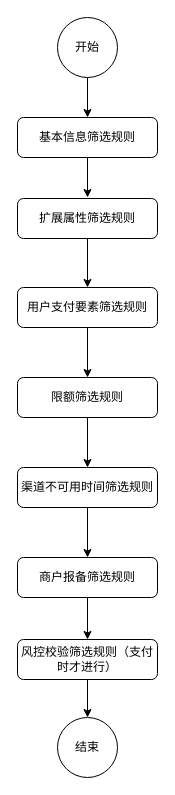
CatFei666/drawio_gallery keeps this draw.io diagram as page "筛选流程" (9 of 10) of 渠道时序图v2.drawio. Above is the earlier version. Source tidied: cells renumbered, new cells numbered last; positions are measured from the earlier drawing's top-left corner, leaving out a move shared by most shapes. Both pictures are drawn from the tidied source at 100%, with x=0, y=0 at pixel (17, 17).
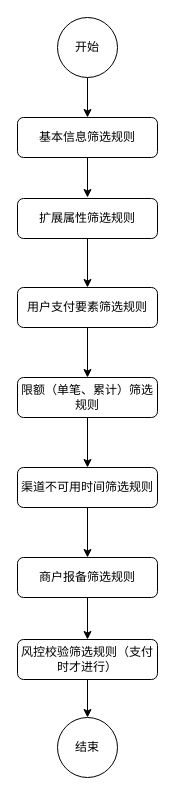
The same diagram, later.

Change to the diagram source:
```diff
@@
 <mxGraphModel>
   <root>
     <mxCell id="0" />
     <mxCell id="1" parent="0" />
     <mxCell id="2" style="edgeStyle=none;rounded=0;jettySize=auto;html=1;fontSize=12;startArrow=none;startFill=0;" parent="1" edge="1" source="3" target="5">
       <mxGeometry relative="1" as="geometry" />
     </mxCell>
     <mxCell id="3" value="开始" style="ellipse;whiteSpace=wrap;html=1;" parent="1" vertex="1">
       <mxGeometry x="40" width="60" height="60" as="geometry" />
     </mxCell>
     <mxCell id="4" style="edgeStyle=none;rounded=0;jettySize=auto;html=1;exitX=0.5;exitY=1;exitDx=0;exitDy=0;fontSize=12;startArrow=none;startFill=0;" parent="1" edge="1" source="5">
       <mxGeometry relative="1" as="geometry">
         <mxPoint x="70" y="180" as="targetPoint" />
       </mxGeometry>
     </mxCell>
     <mxCell id="5" value="基本信息筛选规则" style="rounded=1;whiteSpace=wrap;html=1;" parent="1" vertex="1">
       <mxGeometry y="100" width="140" height="40" as="geometry" />
     </mxCell>
     <mxCell id="6" style="edgeStyle=none;rounded=0;jettySize=auto;html=1;entryX=0.5;entryY=0;entryDx=0;entryDy=0;fontSize=12;startArrow=none;startFill=0;" parent="1" edge="1" source="7" target="9">
       <mxGeometry relative="1" as="geometry" />
     </mxCell>
     <mxCell id="7" value="扩展属性筛选规则" style="rounded=1;whiteSpace=wrap;html=1;" parent="1" vertex="1">
       <mxGeometry y="181" width="140" height="40" as="geometry" />
     </mxCell>
     <mxCell id="8" style="edgeStyle=none;rounded=0;jettySize=auto;html=1;entryX=0.5;entryY=0;entryDx=0;entryDy=0;fontSize=12;startArrow=none;startFill=0;" parent="1" edge="1" source="9" target="11">
       <mxGeometry relative="1" as="geometry" />
     </mxCell>
     <mxCell id="9" value="用户支付要素筛选规则" style="rounded=1;whiteSpace=wrap;html=1;" parent="1" vertex="1">
       <mxGeometry y="270" width="140" height="40" as="geometry" />
     </mxCell>
     <mxCell id="10" style="edgeStyle=none;rounded=0;jettySize=auto;html=1;exitX=0.5;exitY=1;exitDx=0;exitDy=0;entryX=0.5;entryY=0;entryDx=0;entryDy=0;fontSize=12;startArrow=none;startFill=0;" parent="1" edge="1" source="11" target="13">
       <mxGeometry relative="1" as="geometry" />
     </mxCell>
-    <mxCell id="11" value="限额筛选规则" style="rounded=1;whiteSpace=wrap;html=1;" parent="1" vertex="1">
+    <mxCell id="11" value="限额（单笔、累计）筛选规则" style="rounded=1;whiteSpace=wrap;html=1;" parent="1" vertex="1">
       <mxGeometry y="360" width="140" height="40" as="geometry" />
     </mxCell>
     <mxCell id="12" style="edgeStyle=none;rounded=0;jettySize=auto;html=1;entryX=0.5;entryY=0;entryDx=0;entryDy=0;fontSize=12;startArrow=none;startFill=0;" parent="1" edge="1" source="13" target="15">
       <mxGeometry relative="1" as="geometry" />
     </mxCell>
     <mxCell id="13" value="渠道不可用时间筛选规则" style="rounded=1;whiteSpace=wrap;html=1;" parent="1" vertex="1">
       <mxGeometry y="450" width="140" height="40" as="geometry" />
     </mxCell>
     <mxCell id="14" style="edgeStyle=none;rounded=0;jettySize=auto;html=1;exitX=0.5;exitY=1;exitDx=0;exitDy=0;entryX=0.5;entryY=0;entryDx=0;entryDy=0;fontSize=12;startArrow=none;startFill=0;" parent="1" edge="1" source="15" target="17">
       <mxGeometry relative="1" as="geometry" />
     </mxCell>
     <mxCell id="15" value="商户报备筛选规则" style="rounded=1;whiteSpace=wrap;html=1;" parent="1" vertex="1">
       <mxGeometry y="540" width="140" height="40" as="geometry" />
     </mxCell>
     <mxCell id="16" style="edgeStyle=none;rounded=0;jettySize=auto;html=1;fontSize=12;startArrow=none;startFill=0;" parent="1" edge="1" source="17" target="18">
       <mxGeometry relative="1" as="geometry" />
     </mxCell>
     <mxCell id="17" value="风控校验筛选规则（支付时才进行）" style="rounded=1;whiteSpace=wrap;html=1;" parent="1" vertex="1">
       <mxGeometry y="622" width="140" height="40" as="geometry" />
     </mxCell>
     <mxCell id="18" value="结束" style="ellipse;whiteSpace=wrap;html=1;" parent="1" vertex="1">
       <mxGeometry x="40" y="700" width="60" height="60" as="geometry" />
     </mxCell>
   </root>
 </mxGraphModel>
```
